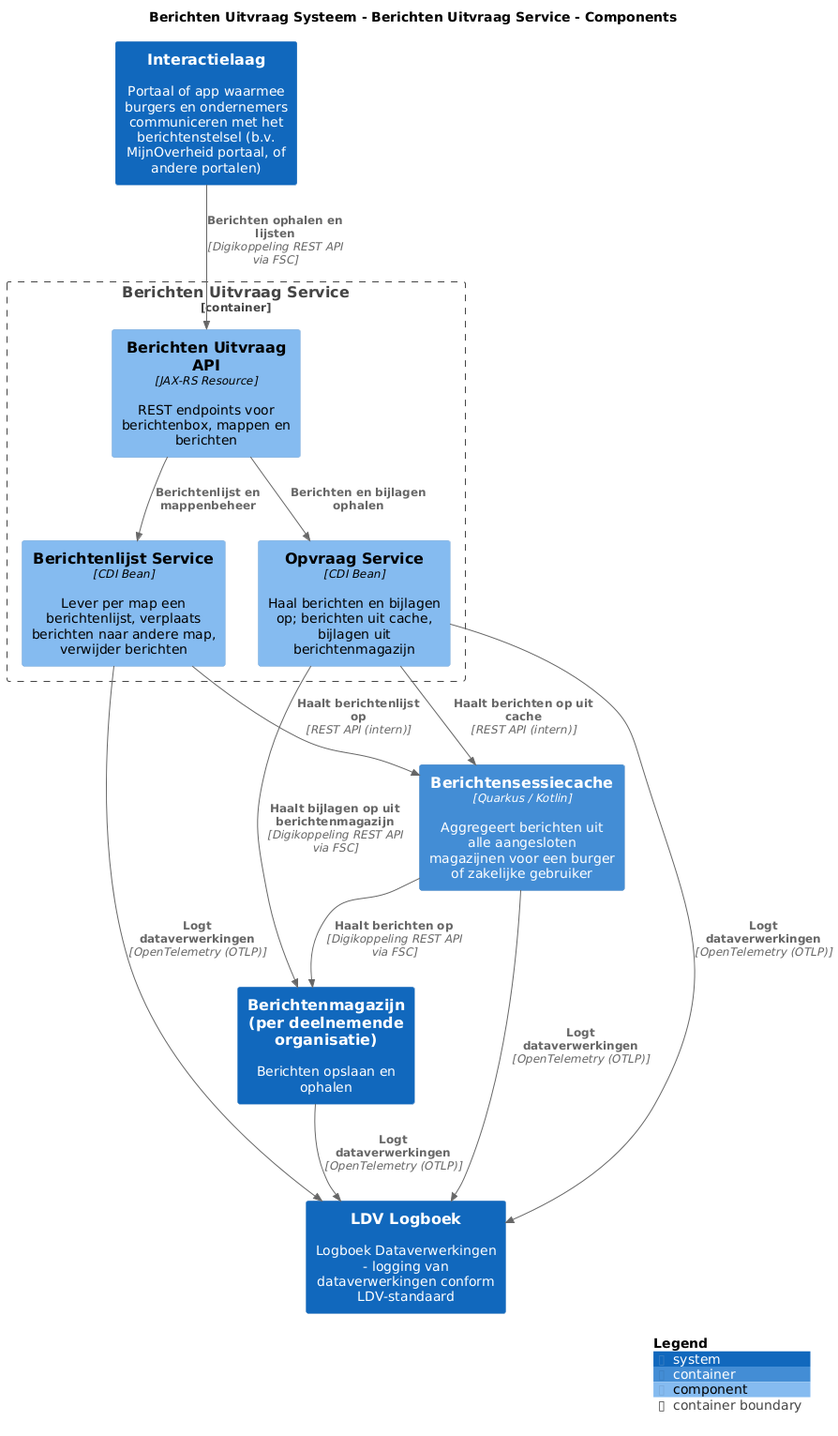
Above: master/png/BerichtenUitvraagServiceComponenten.png in MinBZK/moza-poc-fbs-berichtenbox (PlantUML), before the change.
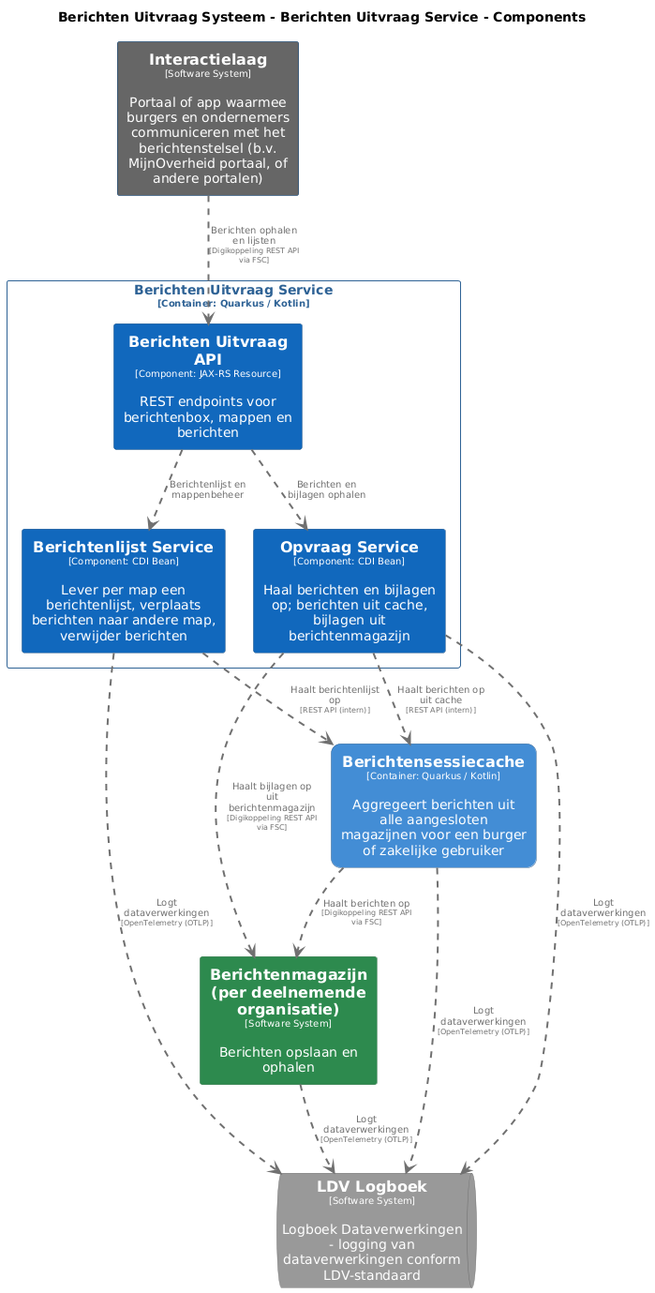
After the commit.

The edit, as a diff of the source:
```diff
@@ -3,34 +3,87 @@
 title Berichten Uitvraag Systeem - Berichten Uitvraag Service - Components
 
 top to bottom direction
+skinparam ranksep 60
+skinparam nodesep 30
 
-!include <C4/C4>
-!include <C4/C4_Context>
-!include <C4/C4_Container>
-!include <C4/C4_Component>
-
-System(Interactielaag, "Interactielaag", $descr="Portaal of app waarmee burgers en ondernemers communiceren met het berichtenstelsel (b.v. MijnOverheid portaal, of andere portalen)", $tags="", $link="")
-System(Berichtenmagazijnperdeelnemendeorganisatie, "Berichtenmagazijn (per deelnemende organisatie)", $descr="Berichten opslaan en ophalen", $tags="", $link="")
-Container(BerichtenUitvraagSysteem.Berichtensessiecache, "Berichtensessiecache", $techn="Quarkus / Kotlin", $descr="Aggregeert berichten uit alle aangesloten magazijnen voor een burger of zakelijke gebruiker", $tags="", $link="")
-System(LDVLogboek, "LDV Logboek", $descr="Logboek Dataverwerkingen - logging van dataverwerkingen conform LDV-standaard", $tags="", $link="")
-
-Container_Boundary("BerichtenUitvraagSysteem.BerichtenUitvraagService_boundary", "Berichten Uitvraag Service", $tags="") {
-  Component(BerichtenUitvraagSysteem.BerichtenUitvraagService.BerichtenUitvraagAPI, "Berichten Uitvraag API", $techn="JAX-RS Resource", $descr="REST endpoints voor berichtenbox, mappen en berichten", $tags="", $link="")
-  Component(BerichtenUitvraagSysteem.BerichtenUitvraagService.BerichtenlijstService, "Berichtenlijst Service", $techn="CDI Bean", $descr="Lever per map een berichtenlijst, verplaats berichten naar andere map, verwijder berichten", $tags="", $link="")
-  Component(BerichtenUitvraagSysteem.BerichtenUitvraagService.OpvraagService, "Opvraag Service", $techn="CDI Bean", $descr="Haal berichten en bijlagen op; berichten uit cache, bijlagen uit berichtenmagazijn", $tags="", $link="")
+skinparam {
+  arrowFontSize 10
+  defaultTextAlignment center
+  wrapWidth 200
+  maxMessageSize 100
 }
 
-Rel(BerichtenUitvraagSysteem.Berichtensessiecache, LDVLogboek, "Logt dataverwerkingen", $techn="OpenTelemetry (OTLP)", $tags="", $link="")
-Rel(BerichtenUitvraagSysteem.BerichtenUitvraagService.BerichtenlijstService, LDVLogboek, "Logt dataverwerkingen", $techn="OpenTelemetry (OTLP)", $tags="", $link="")
-Rel(BerichtenUitvraagSysteem.BerichtenUitvraagService.OpvraagService, LDVLogboek, "Logt dataverwerkingen", $techn="OpenTelemetry (OTLP)", $tags="", $link="")
-Rel(BerichtenUitvraagSysteem.BerichtenUitvraagService.BerichtenUitvraagAPI, BerichtenUitvraagSysteem.BerichtenUitvraagService.BerichtenlijstService, "Berichtenlijst en mappenbeheer", $techn="", $tags="", $link="")
-Rel(BerichtenUitvraagSysteem.BerichtenUitvraagService.BerichtenUitvraagAPI, BerichtenUitvraagSysteem.BerichtenUitvraagService.OpvraagService, "Berichten en bijlagen ophalen", $techn="", $tags="", $link="")
-Rel(BerichtenUitvraagSysteem.BerichtenUitvraagService.OpvraagService, BerichtenUitvraagSysteem.Berichtensessiecache, "Haalt berichten op uit cache", $techn="REST API (intern)", $tags="", $link="")
-Rel(BerichtenUitvraagSysteem.BerichtenUitvraagService.BerichtenlijstService, BerichtenUitvraagSysteem.Berichtensessiecache, "Haalt berichtenlijst op", $techn="REST API (intern)", $tags="", $link="")
-Rel(Interactielaag, BerichtenUitvraagSysteem.BerichtenUitvraagService.BerichtenUitvraagAPI, "Berichten ophalen en lijsten", $techn="Digikoppeling REST API via FSC", $tags="", $link="")
-Rel(BerichtenUitvraagSysteem.BerichtenUitvraagService.OpvraagService, Berichtenmagazijnperdeelnemendeorganisatie, "Haalt bijlagen op uit berichtenmagazijn", $techn="Digikoppeling REST API via FSC", $tags="", $link="")
-Rel(BerichtenUitvraagSysteem.Berichtensessiecache, Berichtenmagazijnperdeelnemendeorganisatie, "Haalt berichten op", $techn="Digikoppeling REST API via FSC", $tags="", $link="")
-Rel(Berichtenmagazijnperdeelnemendeorganisatie, LDVLogboek, "Logt dataverwerkingen", $techn="OpenTelemetry (OTLP)", $tags="", $link="")
+hide stereotype
 
-SHOW_LEGEND(true)
+skinparam rectangle<<BerichtenUitvraagSysteem.BerichtenUitvraagService.BerichtenUitvraagAPI>> {
+  BackgroundColor #1168bd
+  FontColor #ffffff
+  BorderColor #0b4884
+  shadowing false
+}
+skinparam rectangle<<BerichtenUitvraagSysteem.BerichtenUitvraagService.BerichtenlijstService>> {
+  BackgroundColor #1168bd
+  FontColor #ffffff
+  BorderColor #0b4884
+  shadowing false
+}
+skinparam rectangle<<Berichtenmagazijnperdeelnemendeorganisatie>> {
+  BackgroundColor #2d8a4e
+  FontColor #ffffff
+  BorderColor #1e6b38
+  shadowing false
+}
+skinparam rectangle<<BerichtenUitvraagSysteem.Berichtensessiecache>> {
+  BackgroundColor #438dd5
+  FontColor #ffffff
+  BorderColor #2e6295
+  roundCorner 20
+  shadowing false
+}
+skinparam rectangle<<Interactielaag>> {
+  BackgroundColor #666666
+  FontColor #ffffff
+  BorderColor #0b4884
+  shadowing false
+}
+skinparam queue<<LDVLogboek>> {
+  BackgroundColor #999999
+  FontColor #ffffff
+  BorderColor #6b6b6b
+  shadowing false
+}
+skinparam rectangle<<BerichtenUitvraagSysteem.BerichtenUitvraagService.OpvraagService>> {
+  BackgroundColor #1168bd
+  FontColor #ffffff
+  BorderColor #0b4884
+  shadowing false
+}
+skinparam rectangle<<BerichtenUitvraagSysteem.BerichtenUitvraagService>> {
+  BorderColor #2e6295
+  FontColor #2e6295
+  shadowing false
+}
+
+rectangle "==Interactielaag\n<size:10>[Software System]</size>\n\nPortaal of app waarmee burgers en ondernemers communiceren met het berichtenstelsel (b.v. MijnOverheid portaal, of andere portalen)" <<Interactielaag>> as Interactielaag
+rectangle "==Berichtenmagazijn (per deelnemende organisatie)\n<size:10>[Software System]</size>\n\nBerichten opslaan en ophalen" <<Berichtenmagazijnperdeelnemendeorganisatie>> as Berichtenmagazijnperdeelnemendeorganisatie
+rectangle "==Berichtensessiecache\n<size:10>[Container: Quarkus / Kotlin]</size>\n\nAggregeert berichten uit alle aangesloten magazijnen voor een burger of zakelijke gebruiker" <<BerichtenUitvraagSysteem.Berichtensessiecache>> as BerichtenUitvraagSysteem.Berichtensessiecache
+queue "==LDV Logboek\n<size:10>[Software System]</size>\n\nLogboek Dataverwerkingen - logging van dataverwerkingen conform LDV-standaard" <<LDVLogboek>> as LDVLogboek
+
+rectangle "Berichten Uitvraag Service\n<size:10>[Container: Quarkus / Kotlin]</size>" <<BerichtenUitvraagSysteem.BerichtenUitvraagService>> {
+  rectangle "==Berichten Uitvraag API\n<size:10>[Component: JAX-RS Resource]</size>\n\nREST endpoints voor berichtenbox, mappen en berichten" <<BerichtenUitvraagSysteem.BerichtenUitvraagService.BerichtenUitvraagAPI>> as BerichtenUitvraagSysteem.BerichtenUitvraagService.BerichtenUitvraagAPI
+  rectangle "==Berichtenlijst Service\n<size:10>[Component: CDI Bean]</size>\n\nLever per map een berichtenlijst, verplaats berichten naar andere map, verwijder berichten" <<BerichtenUitvraagSysteem.BerichtenUitvraagService.BerichtenlijstService>> as BerichtenUitvraagSysteem.BerichtenUitvraagService.BerichtenlijstService
+  rectangle "==Opvraag Service\n<size:10>[Component: CDI Bean]</size>\n\nHaal berichten en bijlagen op; berichten uit cache, bijlagen uit berichtenmagazijn" <<BerichtenUitvraagSysteem.BerichtenUitvraagService.OpvraagService>> as BerichtenUitvraagSysteem.BerichtenUitvraagService.OpvraagService
+}
+
+BerichtenUitvraagSysteem.Berichtensessiecache .[#707070,thickness=2].> LDVLogboek : "<color:#707070>Logt dataverwerkingen\n<color:#707070><size:8>[OpenTelemetry (OTLP)]</size>"
+BerichtenUitvraagSysteem.BerichtenUitvraagService.BerichtenlijstService .[#707070,thickness=2].> LDVLogboek : "<color:#707070>Logt dataverwerkingen\n<color:#707070><size:8>[OpenTelemetry (OTLP)]</size>"
+BerichtenUitvraagSysteem.BerichtenUitvraagService.OpvraagService .[#707070,thickness=2].> LDVLogboek : "<color:#707070>Logt dataverwerkingen\n<color:#707070><size:8>[OpenTelemetry (OTLP)]</size>"
+BerichtenUitvraagSysteem.BerichtenUitvraagService.BerichtenUitvraagAPI .[#707070,thickness=2].> BerichtenUitvraagSysteem.BerichtenUitvraagService.BerichtenlijstService : "<color:#707070>Berichtenlijst en mappenbeheer"
+BerichtenUitvraagSysteem.BerichtenUitvraagService.BerichtenUitvraagAPI .[#707070,thickness=2].> BerichtenUitvraagSysteem.BerichtenUitvraagService.OpvraagService : "<color:#707070>Berichten en bijlagen ophalen"
+BerichtenUitvraagSysteem.BerichtenUitvraagService.OpvraagService .[#707070,thickness=2].> BerichtenUitvraagSysteem.Berichtensessiecache : "<color:#707070>Haalt berichten op uit cache\n<color:#707070><size:8>[REST API (intern)]</size>"
+BerichtenUitvraagSysteem.BerichtenUitvraagService.BerichtenlijstService .[#707070,thickness=2].> BerichtenUitvraagSysteem.Berichtensessiecache : "<color:#707070>Haalt berichtenlijst op\n<color:#707070><size:8>[REST API (intern)]</size>"
+Interactielaag .[#707070,thickness=2].> BerichtenUitvraagSysteem.BerichtenUitvraagService.BerichtenUitvraagAPI : "<color:#707070>Berichten ophalen en lijsten\n<color:#707070><size:8>[Digikoppeling REST API via FSC]</size>"
+BerichtenUitvraagSysteem.BerichtenUitvraagService.OpvraagService .[#707070,thickness=2].> Berichtenmagazijnperdeelnemendeorganisatie : "<color:#707070>Haalt bijlagen op uit berichtenmagazijn\n<color:#707070><size:8>[Digikoppeling REST API via FSC]</size>"
+BerichtenUitvraagSysteem.Berichtensessiecache .[#707070,thickness=2].> Berichtenmagazijnperdeelnemendeorganisatie : "<color:#707070>Haalt berichten op\n<color:#707070><size:8>[Digikoppeling REST API via FSC]</size>"
+Berichtenmagazijnperdeelnemendeorganisatie .[#707070,thickness=2].> LDVLogboek : "<color:#707070>Logt dataverwerkingen\n<color:#707070><size:8>[OpenTelemetry (OTLP)]</size>"
 @enduml
```
